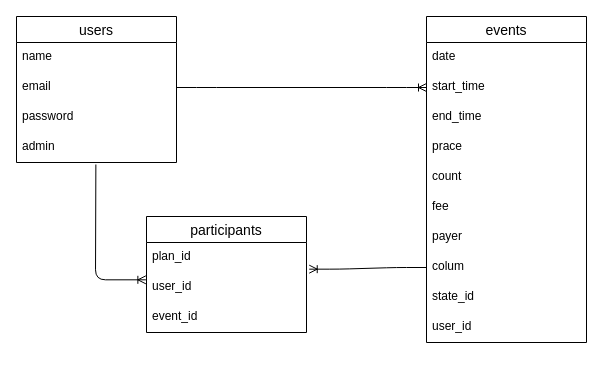
Before: ER.dio in mimimuu/eventM_2, a draw.io diagram. Source tidied: cells renumbered, new cells numbered last; positions are measured from the earlier drawing's top-left corner, leaving out a move shared by most shapes. Both pictures are drawn from the tidied source at 100%, with x=0, y=0 at pixel (16, 16).
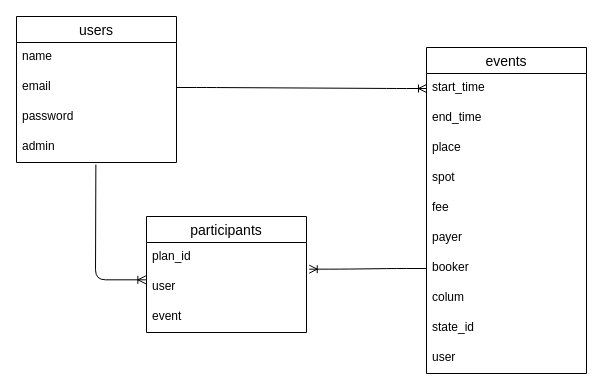
The same diagram, later.

The change refers to these unchanged cells:
```xml
<mxCell id="7" value="participants" style="swimlane;fontStyle=0;horizontal=1;startSize=26;align=center;fontSize=14;" parent="1" vertex="1">
  <mxGeometry x="130" y="200" width="160" height="116" as="geometry" />
</mxCell>
<mxCell id="19" value="colum" style="text;strokeColor=none;fillColor=none;spacingLeft=4;spacingRight=4;overflow=hidden;points=[[0,0.5],[1,0.5]];portConstraint=eastwest;fontSize=12;" parent="11" vertex="1">
  <mxGeometry y="236" width="160" height="30" as="geometry" />
</mxCell>
```

Diff of the diagram source:
```diff
@@
-    <mxCell id="9" value="user_id" style="text;strokeColor=none;fillColor=none;spacingLeft=4;spacingRight=4;overflow=hidden;points=[[0,0.5],[1,0.5]];portConstraint=eastwest;fontSize=12;" parent="7" vertex="1">
+    <mxCell id="9" value="user" style="text;strokeColor=none;fillColor=none;spacingLeft=4;spacingRight=4;overflow=hidden;points=[[0,0.5],[1,0.5]];portConstraint=eastwest;fontSize=12;" parent="7" vertex="1">
       <mxGeometry y="56" width="160" height="30" as="geometry" />
     </mxCell>
-    <mxCell id="10" value="event_id" style="text;strokeColor=none;fillColor=none;spacingLeft=4;spacingRight=4;overflow=hidden;fontSize=12;" parent="7" vertex="1">
+    <mxCell id="10" value="event" style="text;strokeColor=none;fillColor=none;spacingLeft=4;spacingRight=4;overflow=hidden;fontSize=12;" parent="7" vertex="1">
       <mxGeometry y="86" width="160" height="30" as="geometry" />
     </mxCell>
     <mxCell id="11" value="events" style="swimlane;fontStyle=0;horizontal=1;startSize=26;align=center;fontSize=14;" parent="1" vertex="1">
-      <mxGeometry x="410" width="160" height="326" as="geometry" />
+      <mxGeometry x="410" y="31" width="160" height="326" as="geometry" />
     </mxCell>
-    <mxCell id="12" value="date" style="text;strokeColor=none;fillColor=none;spacingLeft=4;spacingRight=4;overflow=hidden;fontSize=12;" parent="11" vertex="1">
-      <mxGeometry y="26" width="160" height="30" as="geometry" />
-    </mxCell>
     <mxCell id="13" value="start_time" style="text;strokeColor=none;fillColor=none;spacingLeft=4;spacingRight=4;overflow=hidden;points=[[0,0.5],[1,0.5]];portConstraint=eastwest;fontSize=12;" parent="11" vertex="1">
-      <mxGeometry y="56" width="160" height="30" as="geometry" />
+      <mxGeometry y="26" width="160" height="30" as="geometry" />
     </mxCell>
     <mxCell id="14" value="end_time" style="text;strokeColor=none;fillColor=none;spacingLeft=4;spacingRight=4;overflow=hidden;fontSize=12;" parent="11" vertex="1">
-      <mxGeometry y="86" width="160" height="30" as="geometry" />
+      <mxGeometry y="56" width="160" height="30" as="geometry" />
     </mxCell>
-    <mxCell id="15" value="prace" style="text;strokeColor=none;fillColor=none;spacingLeft=4;spacingRight=4;overflow=hidden;fontSize=12;" parent="11" vertex="1">
-      <mxGeometry y="116" width="160" height="30" as="geometry" />
+    <mxCell id="15" value="place" style="text;strokeColor=none;fillColor=none;spacingLeft=4;spacingRight=4;overflow=hidden;fontSize=12;" parent="11" vertex="1">
+      <mxGeometry y="86" width="160" height="30" as="geometry" />
     </mxCell>
-    <mxCell id="16" value="count" style="text;strokeColor=none;fillColor=none;spacingLeft=4;spacingRight=4;overflow=hidden;fontSize=12;" parent="11" vertex="1">
-      <mxGeometry y="146" width="160" height="30" as="geometry" />
+    <mxCell id="16" value="spot" style="text;strokeColor=none;fillColor=none;spacingLeft=4;spacingRight=4;overflow=hidden;fontSize=12;" parent="11" vertex="1">
+      <mxGeometry y="116" width="160" height="30" as="geometry" />
     </mxCell>
     <mxCell id="17" value="fee" style="text;strokeColor=none;fillColor=none;spacingLeft=4;spacingRight=4;overflow=hidden;fontSize=12;" parent="11" vertex="1">
-      <mxGeometry y="176" width="160" height="30" as="geometry" />
+      <mxGeometry y="146" width="160" height="30" as="geometry" />
     </mxCell>
     <mxCell id="18" value="payer" style="text;strokeColor=none;fillColor=none;spacingLeft=4;spacingRight=4;overflow=hidden;fontSize=12;" parent="11" vertex="1">
-      <mxGeometry y="206" width="160" height="30" as="geometry" />
+      <mxGeometry y="176" width="160" height="30" as="geometry" />
     </mxCell>
+    <mxCell id="25" value="booker" style="text;strokeColor=none;fillColor=none;spacingLeft=4;spacingRight=4;overflow=hidden;points=[[0,0.5],[1,0.5]];portConstraint=eastwest;fontSize=12;" parent="11" vertex="1">
+      <mxGeometry y="206" width="160" height="30" as="geometry" />
+    </mxCell>
@@
-    <mxCell id="21" value="user_id" style="text;strokeColor=none;fillColor=none;spacingLeft=4;spacingRight=4;overflow=hidden;fontSize=12;" parent="11" vertex="1">
+    <mxCell id="21" value="user" style="text;strokeColor=none;fillColor=none;spacingLeft=4;spacingRight=4;overflow=hidden;fontSize=12;" parent="11" vertex="1">
       <mxGeometry y="296" width="160" height="30" as="geometry" />
     </mxCell>
@@
-    <mxCell id="24" style="edgeStyle=entityRelationEdgeStyle;fontSize=12;html=1;endArrow=ERoneToMany;exitX=0;exitY=0.5;exitDx=0;exitDy=0;entryX=1.017;entryY=-0.111;entryDx=0;entryDy=0;entryPerimeter=0;" parent="1" edge="1" source="19" target="9">
+    <mxCell id="24" style="edgeStyle=entityRelationEdgeStyle;fontSize=12;html=1;endArrow=ERoneToMany;exitX=0;exitY=0.5;exitDx=0;exitDy=0;entryX=1.017;entryY=-0.111;entryDx=0;entryDy=0;entryPerimeter=0;" parent="1" edge="1" source="25" target="9">
       <mxGeometry relative="1" as="geometry" />
     </mxCell>
```
